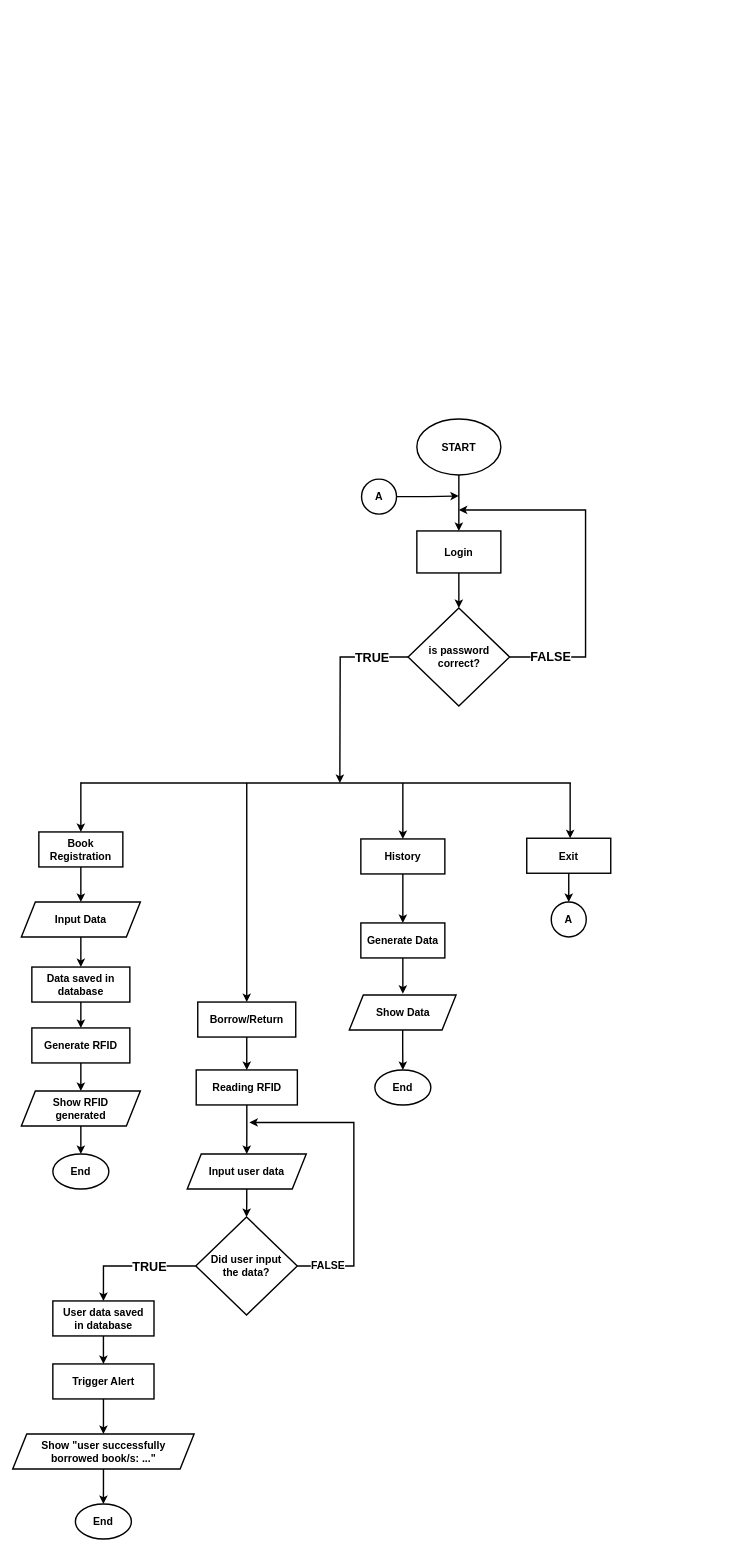
Earlier version of the draw.io diagram Flowchart.drawio (DownMan01/assignment). Source tidied: cells renumbered, new cells numbered last; positions are measured from the earlier drawing's top-left corner, leaving out a move shared by most shapes. Both pictures are drawn from the tidied source at 70%, with x=0, y=0 at pixel (13, 419).
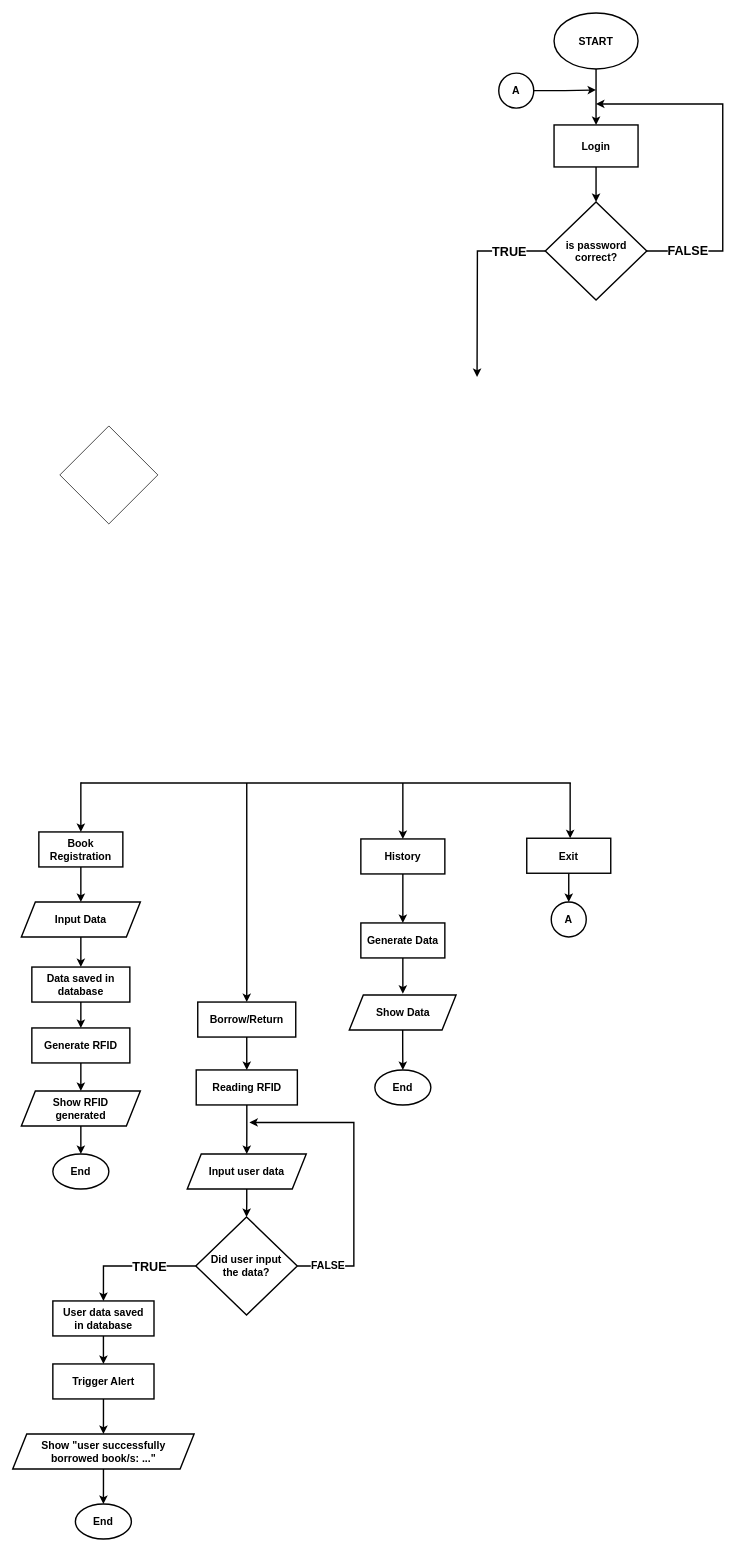
After the change.

What changed in the source:
```diff
@@
     <mxCell id="3" value="&lt;span style=&quot;font-size: 15px;&quot;&gt;&lt;font style=&quot;font-size: 15px;&quot;&gt;START&lt;/font&gt;&lt;/span&gt;" style="ellipse;whiteSpace=wrap;html=1;strokeWidth=2;fontSize=15;fontStyle=1;" parent="1" vertex="1">
-      <mxGeometry x="577" width="120" height="80" as="geometry" />
+      <mxGeometry x="773" y="-580" width="120" height="80" as="geometry" />
     </mxCell>
@@
     <mxCell id="7" value="Login" style="rounded=0;whiteSpace=wrap;html=1;strokeWidth=2;fontSize=15;fontStyle=1;" parent="1" vertex="1">
-      <mxGeometry x="577" y="160" width="120" height="60" as="geometry" />
+      <mxGeometry x="773" y="-420" width="120" height="60" as="geometry" />
     </mxCell>
     <mxCell id="8" style="edgeStyle=orthogonalEdgeStyle;rounded=0;jettySize=auto;html=1;exitX=1;exitY=0.5;exitDx=0;exitDy=0;strokeWidth=2;" parent="1" edge="1" source="12">
       <mxGeometry relative="1" as="geometry">
-        <mxPoint x="637" y="130" as="targetPoint" />
+        <mxPoint x="833" y="-450" as="targetPoint" />
         <Array as="points">
-          <mxPoint x="818" y="340" />
-          <mxPoint x="818" y="130" />
-          <mxPoint x="747" y="130" />
+          <mxPoint x="1014" y="-240" />
+          <mxPoint x="1014" y="-450" />
+          <mxPoint x="943" y="-450" />
         </Array>
       </mxGeometry>
     </mxCell>
@@
     <mxCell id="10" style="edgeStyle=orthogonalEdgeStyle;rounded=0;jettySize=auto;html=1;strokeWidth=2;" parent="1" edge="1" source="12">
       <mxGeometry relative="1" as="geometry">
-        <mxPoint x="467" y="520" as="targetPoint" />
+        <mxPoint x="663" y="-60" as="targetPoint" />
       </mxGeometry>
     </mxCell>
@@
     <mxCell id="12" value="is password correct?" style="rhombus;whiteSpace=wrap;html=1;strokeWidth=2;fontSize=15;fontStyle=1;" parent="1" vertex="1">
-      <mxGeometry x="564.5" y="270" width="145" height="140" as="geometry" />
+      <mxGeometry x="760.5" y="-310" width="145" height="140" as="geometry" />
     </mxCell>
@@
     <mxCell id="25" style="edgeStyle=orthogonalEdgeStyle;rounded=0;jettySize=auto;html=1;strokeWidth=2;" parent="1" edge="1" source="26">
       <mxGeometry relative="1" as="geometry">
-        <mxPoint x="637" y="110" as="targetPoint" />
+        <mxPoint x="833" y="-470" as="targetPoint" />
       </mxGeometry>
     </mxCell>
     <mxCell id="26" value="&lt;font style=&quot;font-size: 15px;&quot;&gt;A&lt;/font&gt;" style="ellipse;whiteSpace=wrap;html=1;fontSize=15;fontStyle=1;strokeWidth=2;" parent="1" vertex="1">
-      <mxGeometry x="498" y="86" width="50" height="50" as="geometry" />
+      <mxGeometry x="694" y="-494" width="50" height="50" as="geometry" />
     </mxCell>
@@
+    <mxCell id="57" style="rhombus;whiteSpace=wrap;html=1;" parent="1" vertex="1">
+      <mxGeometry x="67" y="10" width="140" height="140" as="geometry" />
+    </mxCell>
```
